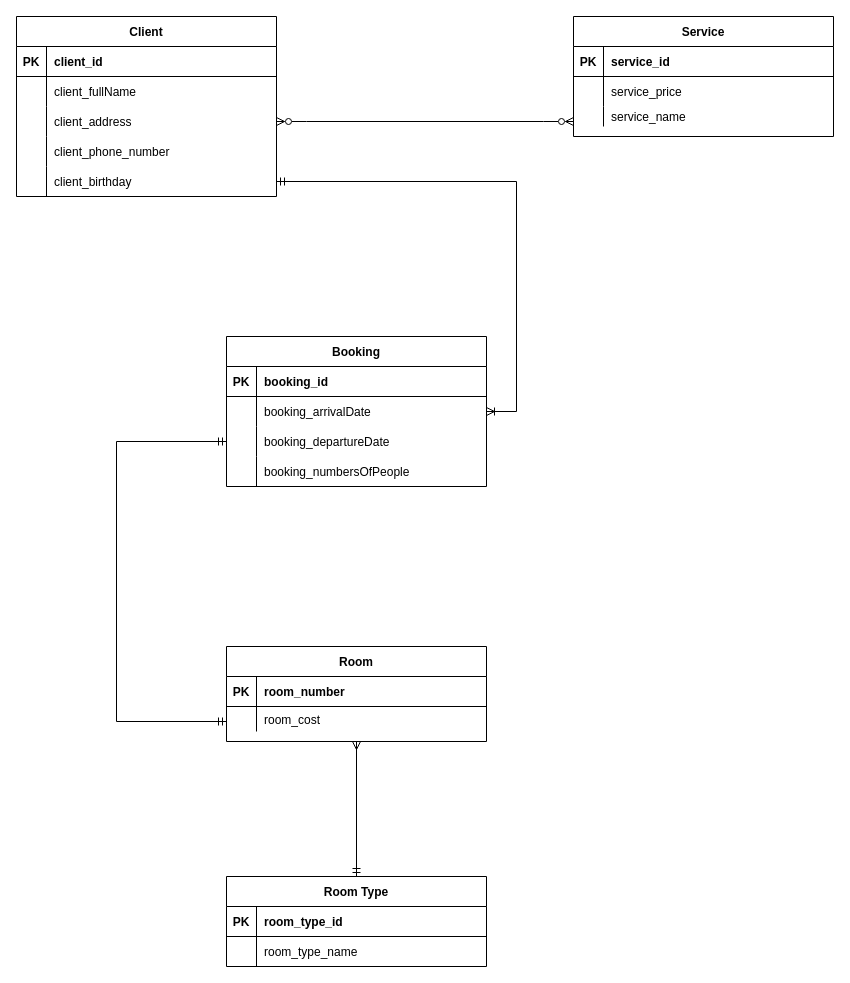
sahland/Hotel keeps this draw.io diagram as page "Er-диаграмма" (1 of 2) of doc/hotel_diagrams.drawio. Above is the earlier version. Source tidied: cells renumbered, new cells numbered last; positions are measured from the earlier drawing's top-left corner, leaving out a move shared by most shapes. Both pictures are drawn from the tidied source at 100%, with x=0, y=0 at pixel (16, -69).
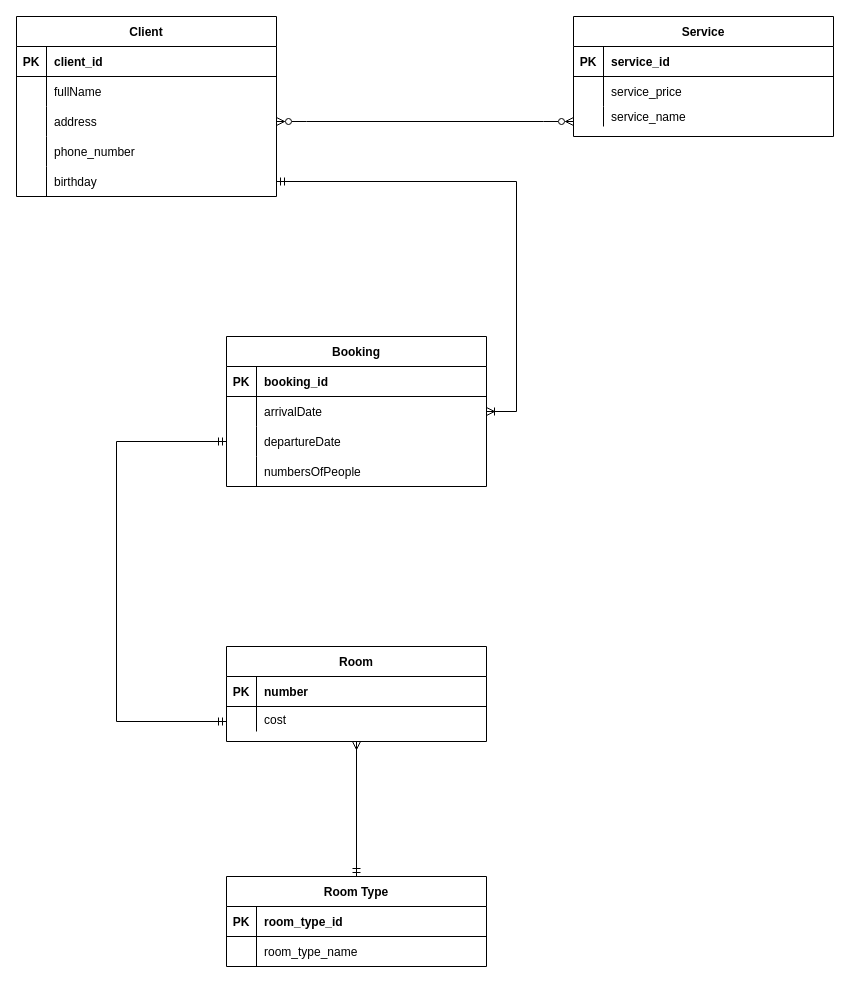
After the change.

Unchanged cells that the change refers to:
```xml
<mxCell id="6" style="shape=tableRow;horizontal=0;startSize=0;swimlaneHead=0;swimlaneBody=0;fillColor=none;top=0;left=0;right=0;bottom=0;" parent="2" vertex="1">
  <mxGeometry y="60" width="260" height="30" as="geometry" />
</mxCell>
<mxCell id="9" style="shape=tableRow;horizontal=0;startSize=0;swimlaneHead=0;swimlaneBody=0;fillColor=none;points=[[0,0.5],[1,0.5]];portConstraint=eastwest;top=0;left=0;right=0;bottom=0;" parent="2" vertex="1">
  <mxGeometry y="90" width="260" height="30" as="geometry" />
</mxCell>
<mxCell id="12" style="shape=tableRow;horizontal=0;startSize=0;swimlaneHead=0;swimlaneBody=0;fillColor=none;top=0;left=0;right=0;bottom=0;" parent="2" vertex="1">
  <mxGeometry y="120" width="260" height="30" as="geometry" />
</mxCell>
<mxCell id="15" style="shape=tableRow;horizontal=0;startSize=0;swimlaneHead=0;swimlaneBody=0;fillColor=none;points=[[0,0.5],[1,0.5]];portConstraint=eastwest;top=0;left=0;right=0;bottom=0;" parent="2" vertex="1">
  <mxGeometry y="150" width="260" height="30" as="geometry" />
</mxCell>
<mxCell id="22" style="shape=tableRow;horizontal=0;startSize=0;swimlaneHead=0;swimlaneBody=0;fillColor=none;top=0;left=0;right=0;bottom=0;" parent="18" vertex="1">
  <mxGeometry y="60" width="260" height="30" as="geometry" />
</mxCell>
<mxCell id="25" style="shape=tableRow;horizontal=0;startSize=0;swimlaneHead=0;swimlaneBody=0;fillColor=none;points=[[0,0.5],[1,0.5]];portConstraint=eastwest;top=0;left=0;right=0;bottom=0;" parent="18" vertex="1">
  <mxGeometry y="90" width="260" height="30" as="geometry" />
</mxCell>
<mxCell id="28" style="shape=tableRow;horizontal=0;startSize=0;swimlaneHead=0;swimlaneBody=0;fillColor=none;top=0;left=0;right=0;bottom=0;" parent="18" vertex="1">
  <mxGeometry y="120" width="260" height="30" as="geometry" />
</mxCell>
<mxCell id="32" style="shape=tableRow;horizontal=0;startSize=0;swimlaneHead=0;swimlaneBody=0;fillColor=none;top=0;left=0;right=0;bottom=1;" parent="31" vertex="1">
  <mxGeometry y="30" width="260" height="30" as="geometry" />
</mxCell>
<mxCell id="35" style="shape=tableRow;horizontal=0;startSize=0;swimlaneHead=0;swimlaneBody=0;fillColor=none;top=0;left=0;right=0;bottom=0;" parent="31" vertex="1">
  <mxGeometry y="60" width="260" height="25" as="geometry" />
</mxCell>
```

The edit, as a diff of the source:
```diff
@@
-    <mxCell id="8" value="client_fullName" style="shape=partialRectangle;fillColor=none;top=0;left=0;bottom=0;right=0;align=left;spacingLeft=6;overflow=hidden;" parent="6" vertex="1">
+    <mxCell id="8" value="fullName" style="shape=partialRectangle;fillColor=none;top=0;left=0;bottom=0;right=0;align=left;spacingLeft=6;overflow=hidden;" parent="6" vertex="1">
       <mxGeometry x="30" width="230" height="30" as="geometry" />
     </mxCell>
@@
-    <mxCell id="11" value="client_address " style="shape=partialRectangle;fillColor=none;top=0;left=0;bottom=0;right=0;align=left;spacingLeft=6;overflow=hidden;" parent="9" vertex="1">
+    <mxCell id="11" value="address " style="shape=partialRectangle;fillColor=none;top=0;left=0;bottom=0;right=0;align=left;spacingLeft=6;overflow=hidden;" parent="9" vertex="1">
       <mxGeometry x="30" width="230" height="30" as="geometry" />
     </mxCell>
@@
-    <mxCell id="14" value="client_phone_number" style="shape=partialRectangle;fillColor=none;top=0;left=0;bottom=0;right=0;align=left;spacingLeft=6;overflow=hidden;" parent="12" vertex="1">
+    <mxCell id="14" value="phone_number" style="shape=partialRectangle;fillColor=none;top=0;left=0;bottom=0;right=0;align=left;spacingLeft=6;overflow=hidden;" parent="12" vertex="1">
       <mxGeometry x="30" width="230" height="30" as="geometry" />
     </mxCell>
@@
-    <mxCell id="17" value="client_birthday" style="shape=partialRectangle;fillColor=none;top=0;left=0;bottom=0;right=0;align=left;spacingLeft=6;overflow=hidden;" parent="15" vertex="1">
+    <mxCell id="17" value="birthday" style="shape=partialRectangle;fillColor=none;top=0;left=0;bottom=0;right=0;align=left;spacingLeft=6;overflow=hidden;" parent="15" vertex="1">
       <mxGeometry x="30" width="230" height="30" as="geometry" />
     </mxCell>
@@
-    <mxCell id="24" value="booking_arrivalDate" style="shape=partialRectangle;fillColor=none;top=0;left=0;bottom=0;right=0;align=left;spacingLeft=6;overflow=hidden;" parent="22" vertex="1">
+    <mxCell id="24" value="arrivalDate" style="shape=partialRectangle;fillColor=none;top=0;left=0;bottom=0;right=0;align=left;spacingLeft=6;overflow=hidden;" parent="22" vertex="1">
       <mxGeometry x="30" width="230" height="30" as="geometry" />
     </mxCell>
@@
-    <mxCell id="27" value="booking_departureDate" style="shape=partialRectangle;fillColor=none;top=0;left=0;bottom=0;right=0;align=left;spacingLeft=6;overflow=hidden;" parent="25" vertex="1">
+    <mxCell id="27" value="departureDate" style="shape=partialRectangle;fillColor=none;top=0;left=0;bottom=0;right=0;align=left;spacingLeft=6;overflow=hidden;" parent="25" vertex="1">
       <mxGeometry x="30" width="230" height="30" as="geometry" />
     </mxCell>
@@
-    <mxCell id="30" value="booking_numbersOfPeople" style="shape=partialRectangle;fillColor=none;top=0;left=0;bottom=0;right=0;align=left;spacingLeft=6;overflow=hidden;" parent="28" vertex="1">
+    <mxCell id="30" value="numbersOfPeople" style="shape=partialRectangle;fillColor=none;top=0;left=0;bottom=0;right=0;align=left;spacingLeft=6;overflow=hidden;" parent="28" vertex="1">
       <mxGeometry x="30" width="230" height="30" as="geometry" />
     </mxCell>
@@
-    <mxCell id="34" value="room_number" style="shape=partialRectangle;fillColor=none;top=0;left=0;bottom=0;right=0;align=left;spacingLeft=6;fontStyle=1;overflow=hidden;" parent="32" vertex="1">
+    <mxCell id="34" value="number" style="shape=partialRectangle;fillColor=none;top=0;left=0;bottom=0;right=0;align=left;spacingLeft=6;fontStyle=1;overflow=hidden;" parent="32" vertex="1">
       <mxGeometry x="30" width="230" height="30" as="geometry" />
     </mxCell>
@@
-    <mxCell id="37" value="room_cost" style="shape=partialRectangle;fillColor=none;top=0;left=0;bottom=0;right=0;align=left;spacingLeft=6;overflow=hidden;" parent="35" vertex="1">
+    <mxCell id="37" value="cost" style="shape=partialRectangle;fillColor=none;top=0;left=0;bottom=0;right=0;align=left;spacingLeft=6;overflow=hidden;" parent="35" vertex="1">
       <mxGeometry x="30" width="230" height="25" as="geometry" />
     </mxCell>
```
